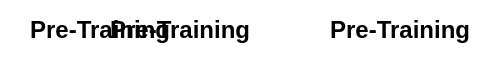
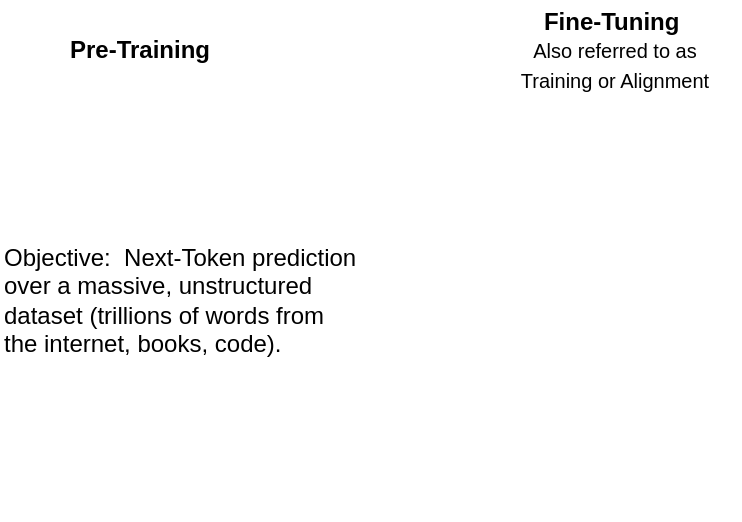
<mxfile host="Electron" agent="Mozilla/5.0 (Macintosh; Intel Mac OS X 10_15_7) AppleWebKit/537.36 (KHTML, like Gecko) draw.io/29.6.6 Chrome/144.0.7559.236 Electron/40.8.4 Safari/537.36" version="29.6.6">
  <diagram name="Page-1" id="N8AwYWS4qYFiAtFqzEqy">
-     <mxGraphModel dx="632" dy="427" grid="1" gridSize="10" guides="1" tooltips="1" connect="1" arrows="1" fold="1" page="1" pageScale="1" pageWidth="850" pageHeight="1100" math="0" shadow="0">
+     <mxGraphModel dx="600" dy="427" grid="1" gridSize="10" guides="1" tooltips="1" connect="1" arrows="1" fold="1" page="1" pageScale="1" pageWidth="850" pageHeight="1100" math="0" shadow="0">
      <root>
        <mxCell id="0" />
        <mxCell id="1" parent="0" />
        <mxCell id="R-F74QarYUXUPMCGvgnW-1" parent="1" style="text;html=1;whiteSpace=wrap;strokeColor=none;fillColor=none;align=center;verticalAlign=middle;rounded=0;" value="&lt;b&gt;Pre-Training&lt;/b&gt;" vertex="1">
-           <mxGeometry height="30" width="100" x="210" y="270" as="geometry" />
+           <mxGeometry height="30" width="100" x="110" y="280" as="geometry" />
        </mxCell>
-         <mxCell id="R-F74QarYUXUPMCGvgnW-2" parent="1" style="text;html=1;whiteSpace=wrap;strokeColor=none;fillColor=none;align=center;verticalAlign=middle;rounded=0;" value="&lt;b&gt;Pre-Training&lt;/b&gt;" vertex="1">
-           <mxGeometry height="30" width="100" x="250" y="270" as="geometry" />
+         <mxCell id="R-F74QarYUXUPMCGvgnW-3" parent="1" style="text;html=1;whiteSpace=wrap;strokeColor=none;fillColor=none;align=center;verticalAlign=middle;rounded=0;" value="&lt;b style=&quot;color: light-dark(rgb(0, 0, 0), rgb(255, 255, 255)); background-color: transparent;&quot;&gt;Fine-Tuning&amp;nbsp;&lt;/b&gt;&lt;br&gt;&lt;div&gt;&lt;font style=&quot;font-size: 10px;&quot;&gt;Also referred to as Training&amp;nbsp;&lt;span style=&quot;background-color: transparent; color: light-dark(rgb(0, 0, 0), rgb(255, 255, 255));&quot;&gt;or Alignment&lt;/span&gt;&lt;/font&gt;&lt;/div&gt;" vertex="1">
+           <mxGeometry height="50" width="125" x="335" y="270" as="geometry" />
        </mxCell>
-         <mxCell id="R-F74QarYUXUPMCGvgnW-3" parent="1" style="text;html=1;whiteSpace=wrap;strokeColor=none;fillColor=none;align=center;verticalAlign=middle;rounded=0;" value="&lt;b&gt;Pre-Training&lt;/b&gt;" vertex="1">
-           <mxGeometry height="30" width="100" x="360" y="270" as="geometry" />
+         <mxCell id="R-F74QarYUXUPMCGvgnW-4" parent="1" style="text;html=1;whiteSpace=wrap;strokeColor=none;fillColor=none;align=left;verticalAlign=middle;rounded=0;" value="Objective:&amp;nbsp; Next-Token prediction over a massive, unstructured dataset (trillions of words from the internet, books, code)." vertex="1">
+           <mxGeometry height="220" width="180" x="90" y="310" as="geometry" />
        </mxCell>
      </root>
    </mxGraphModel>
  </diagram>
</mxfile>
